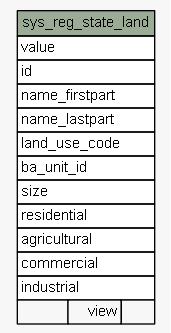
Earlier version of the Graphviz export doc/administrative/diagrams/summary/sys_reg_state_land.1degree.png (SOLA-SR-FAO/database). Its source is kept beside it as doc/administrative/diagrams/summary/sys_reg_state_land.1degree.dot. Its diagram source:
```dot
digraph "sys_reg_state_land" {
  graph [
    rankdir="RL"
    bgcolor="#f7f7f7"
    nodesep="0.18"
    ranksep="0.46"
    fontname="Helvetica"
    fontsize="11"
  ];
  node [
    fontname="Helvetica"
    fontsize="11"
    shape="plaintext"
  ];
  edge [
    arrowsize="0.8"
  ];
  "sys_reg_state_land" [
    label=<
    <TABLE BORDER="0" CELLBORDER="1" CELLSPACING="0" BGCOLOR="#ffffff">
      <TR><TD COLSPAN="3" BGCOLOR="#9bab96" ALIGN="CENTER">sys_reg_state_land</TD></TR>
      <TR><TD PORT="value" COLSPAN="3" ALIGN="LEFT">value</TD></TR>
      <TR><TD PORT="id" COLSPAN="3" ALIGN="LEFT">id</TD></TR>
      <TR><TD PORT="name_firstpart" COLSPAN="3" ALIGN="LEFT">name_firstpart</TD></TR>
      <TR><TD PORT="name_lastpart" COLSPAN="3" ALIGN="LEFT">name_lastpart</TD></TR>
      <TR><TD PORT="land_use_code" COLSPAN="3" ALIGN="LEFT">land_use_code</TD></TR>
      <TR><TD PORT="ba_unit_id" COLSPAN="3" ALIGN="LEFT">ba_unit_id</TD></TR>
      <TR><TD PORT="size" COLSPAN="3" ALIGN="LEFT">size</TD></TR>
      <TR><TD PORT="residential" COLSPAN="3" ALIGN="LEFT">residential</TD></TR>
      <TR><TD PORT="agricultural" COLSPAN="3" ALIGN="LEFT">agricultural</TD></TR>
      <TR><TD PORT="commercial" COLSPAN="3" ALIGN="LEFT">commercial</TD></TR>
      <TR><TD PORT="industrial" COLSPAN="3" ALIGN="LEFT">industrial</TD></TR>
      <TR><TD ALIGN="LEFT" BGCOLOR="#f7f7f7">  </TD><TD ALIGN="RIGHT" BGCOLOR="#f7f7f7">view</TD><TD ALIGN="RIGHT" BGCOLOR="#f7f7f7">  </TD></TR>
    </TABLE>>
    URL="tables/sys_reg_state_land.html"
    tooltip="sys_reg_state_land"
  ];
}
```
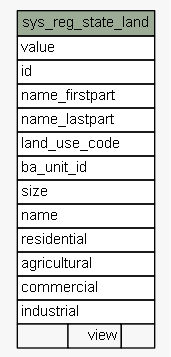
After the change.

The edit, as a diff of the source:
```diff
@@ -26,6 +26,7 @@
       <TR><TD PORT="land_use_code" COLSPAN="3" ALIGN="LEFT">land_use_code</TD></TR>
       <TR><TD PORT="ba_unit_id" COLSPAN="3" ALIGN="LEFT">ba_unit_id</TD></TR>
       <TR><TD PORT="size" COLSPAN="3" ALIGN="LEFT">size</TD></TR>
+      <TR><TD PORT="name" COLSPAN="3" ALIGN="LEFT">name</TD></TR>
       <TR><TD PORT="residential" COLSPAN="3" ALIGN="LEFT">residential</TD></TR>
       <TR><TD PORT="agricultural" COLSPAN="3" ALIGN="LEFT">agricultural</TD></TR>
       <TR><TD PORT="commercial" COLSPAN="3" ALIGN="LEFT">commercial</TD></TR>
```
